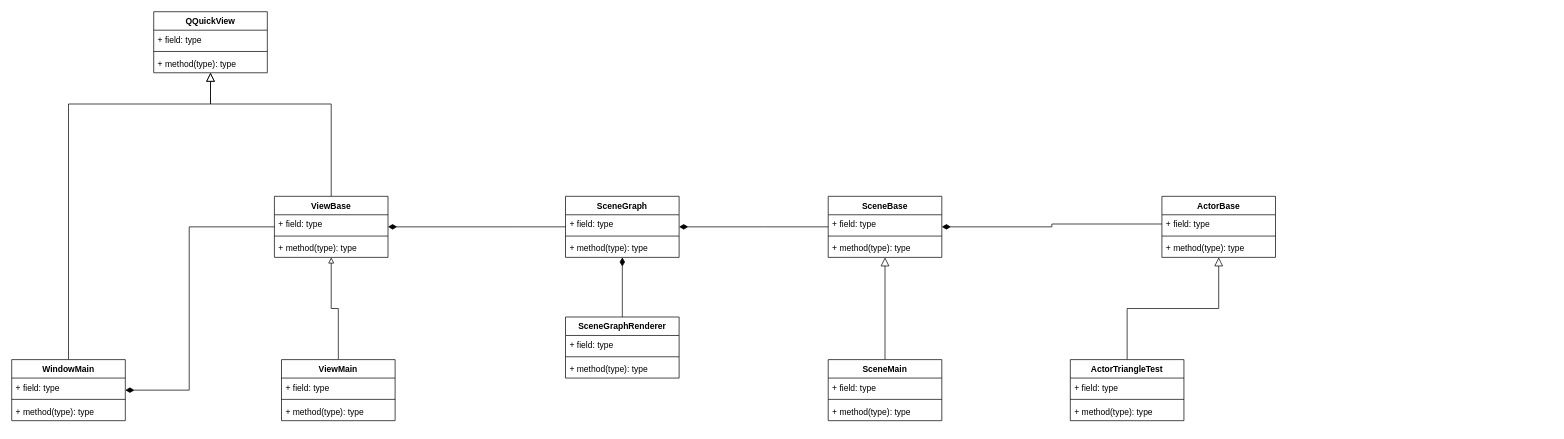
Above: doc/OverallClassDiagram.drawio in moshanak/QtPlayGround (draw.io), before the change. Source tidied: cells renumbered, new cells numbered last; positions are measured from the earlier drawing's top-left corner, leaving out a move shared by most shapes. Both pictures are drawn from the tidied source at 71%, with x=0, y=0 at pixel (11, 11).
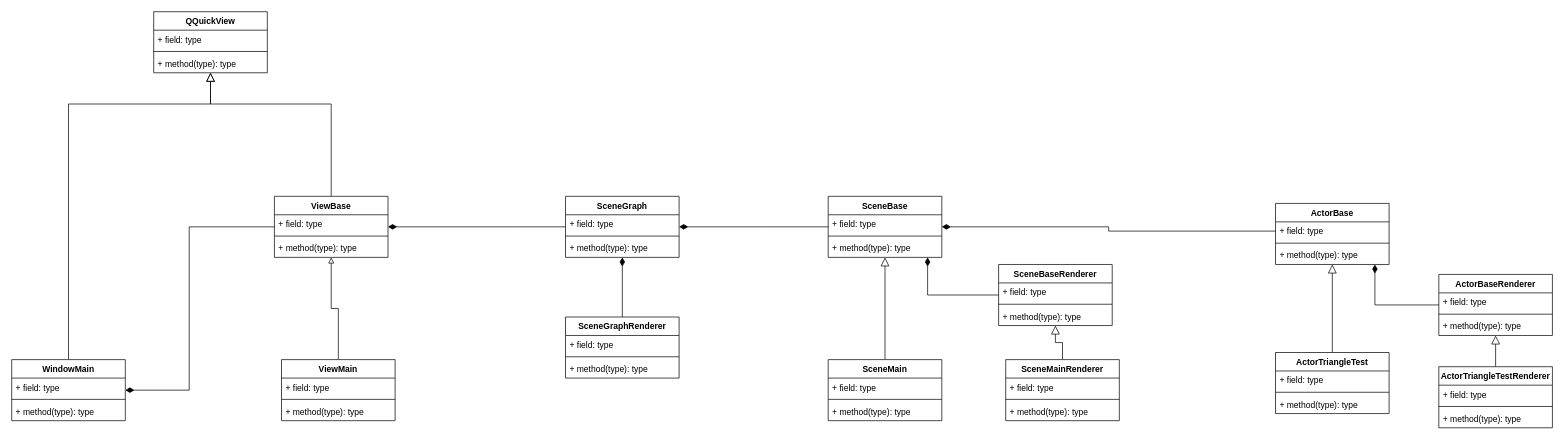
The same diagram, later.

The change refers to these unchanged cells:
```xml
<mxCell id="28" value="SceneBase" style="swimlane;fontStyle=1;align=center;verticalAlign=top;horizontal=1;startSize=26;" parent="1" vertex="1">
  <mxGeometry x="1150" y="260" width="160" height="86" as="geometry" />
</mxCell>
```

Diff of the diagram source:
```diff
@@
     <mxCell id="37" value="ActorBase" style="swimlane;fontStyle=1;align=center;verticalAlign=top;horizontal=1;startSize=26;" parent="1" vertex="1">
-      <mxGeometry x="1620" y="260" width="160" height="86" as="geometry" />
+      <mxGeometry x="1780" y="270" width="160" height="86" as="geometry" />
     </mxCell>
@@
     <mxCell id="43" value="ActorTriangleTest" style="swimlane;fontStyle=1;align=center;verticalAlign=top;horizontal=1;startSize=26;" parent="1" vertex="1">
-      <mxGeometry x="1491" y="490" width="160" height="86" as="geometry" />
+      <mxGeometry x="1780" y="480" width="160" height="86" as="geometry" />
     </mxCell>
@@
+    <mxCell id="52" style="edgeStyle=orthogonalEdgeStyle;rounded=0;jettySize=auto;html=1;endArrow=diamondThin;endFill=1;endSize=10;" parent="1" edge="1" source="53" target="28">
+      <mxGeometry relative="1" as="geometry">
+        <Array as="points">
+          <mxPoint x="1290" y="399" />
+        </Array>
+      </mxGeometry>
+    </mxCell>
+    <mxCell id="53" value="SceneBaseRenderer" style="swimlane;fontStyle=1;align=center;verticalAlign=top;horizontal=1;startSize=26;" parent="1" vertex="1">
+      <mxGeometry x="1390" y="356" width="160" height="86" as="geometry" />
+    </mxCell>
+    <mxCell id="54" value="+ field: type" style="text;strokeColor=none;fillColor=none;align=left;verticalAlign=top;spacingLeft=4;spacingRight=4;overflow=hidden;" parent="53" vertex="1">
+      <mxGeometry y="26" width="160" height="26" as="geometry" />
+    </mxCell>
+    <mxCell id="55" style="line;strokeWidth=1;fillColor=none;align=left;verticalAlign=middle;spacingTop=-1;spacingLeft=3;spacingRight=3;labelPosition=right;" parent="53" vertex="1">
+      <mxGeometry y="52" width="160" height="8" as="geometry" />
+    </mxCell>
+    <mxCell id="56" value="+ method(type): type" style="text;strokeColor=none;fillColor=none;align=left;verticalAlign=top;spacingLeft=4;spacingRight=4;overflow=hidden;" parent="53" vertex="1">
+      <mxGeometry y="60" width="160" height="26" as="geometry" />
+    </mxCell>
+    <mxCell id="57" style="edgeStyle=orthogonalEdgeStyle;rounded=0;jettySize=auto;html=1;endArrow=block;endFill=0;endSize=10;" parent="1" edge="1" source="58" target="53">
+      <mxGeometry relative="1" as="geometry" />
+    </mxCell>
+    <mxCell id="58" value="SceneMainRenderer" style="swimlane;fontStyle=1;align=center;verticalAlign=top;horizontal=1;startSize=26;" parent="1" vertex="1">
+      <mxGeometry x="1400" y="490" width="160" height="86" as="geometry" />
+    </mxCell>
+    <mxCell id="59" value="+ field: type" style="text;strokeColor=none;fillColor=none;align=left;verticalAlign=top;spacingLeft=4;spacingRight=4;overflow=hidden;" parent="58" vertex="1">
+      <mxGeometry y="26" width="160" height="26" as="geometry" />
+    </mxCell>
+    <mxCell id="60" style="line;strokeWidth=1;fillColor=none;align=left;verticalAlign=middle;spacingTop=-1;spacingLeft=3;spacingRight=3;labelPosition=right;" parent="58" vertex="1">
+      <mxGeometry y="52" width="160" height="8" as="geometry" />
+    </mxCell>
+    <mxCell id="61" value="+ method(type): type" style="text;strokeColor=none;fillColor=none;align=left;verticalAlign=top;spacingLeft=4;spacingRight=4;overflow=hidden;" parent="58" vertex="1">
+      <mxGeometry y="60" width="160" height="26" as="geometry" />
+    </mxCell>
+    <mxCell id="62" style="edgeStyle=orthogonalEdgeStyle;rounded=0;jettySize=auto;html=1;endArrow=diamondThin;endFill=1;endSize=10;" parent="1" edge="1" source="63" target="37">
+      <mxGeometry relative="1" as="geometry">
+        <Array as="points">
+          <mxPoint x="1920" y="413" />
+        </Array>
+      </mxGeometry>
+    </mxCell>
+    <mxCell id="63" value="ActorBaseRenderer" style="swimlane;fontStyle=1;align=center;verticalAlign=top;horizontal=1;startSize=26;" parent="1" vertex="1">
+      <mxGeometry x="2010" y="370" width="160" height="86" as="geometry" />
+    </mxCell>
+    <mxCell id="64" value="+ field: type" style="text;strokeColor=none;fillColor=none;align=left;verticalAlign=top;spacingLeft=4;spacingRight=4;overflow=hidden;" parent="63" vertex="1">
+      <mxGeometry y="26" width="160" height="26" as="geometry" />
+    </mxCell>
+    <mxCell id="65" style="line;strokeWidth=1;fillColor=none;align=left;verticalAlign=middle;spacingTop=-1;spacingLeft=3;spacingRight=3;labelPosition=right;" parent="63" vertex="1">
+      <mxGeometry y="52" width="160" height="8" as="geometry" />
+    </mxCell>
+    <mxCell id="66" value="+ method(type): type" style="text;strokeColor=none;fillColor=none;align=left;verticalAlign=top;spacingLeft=4;spacingRight=4;overflow=hidden;" parent="63" vertex="1">
+      <mxGeometry y="60" width="160" height="26" as="geometry" />
+    </mxCell>
+    <mxCell id="67" style="edgeStyle=orthogonalEdgeStyle;rounded=0;jettySize=auto;html=1;endArrow=block;endFill=0;endSize=10;" parent="1" edge="1" source="68" target="63">
+      <mxGeometry relative="1" as="geometry" />
+    </mxCell>
+    <mxCell id="68" value="ActorTriangleTestRenderer" style="swimlane;fontStyle=1;align=center;verticalAlign=top;horizontal=1;startSize=26;" parent="1" vertex="1">
+      <mxGeometry x="2010" y="500" width="160" height="86" as="geometry" />
+    </mxCell>
+    <mxCell id="69" value="+ field: type" style="text;strokeColor=none;fillColor=none;align=left;verticalAlign=top;spacingLeft=4;spacingRight=4;overflow=hidden;" parent="68" vertex="1">
+      <mxGeometry y="26" width="160" height="26" as="geometry" />
+    </mxCell>
+    <mxCell id="70" style="line;strokeWidth=1;fillColor=none;align=left;verticalAlign=middle;spacingTop=-1;spacingLeft=3;spacingRight=3;labelPosition=right;" parent="68" vertex="1">
+      <mxGeometry y="52" width="160" height="8" as="geometry" />
+    </mxCell>
+    <mxCell id="71" value="+ method(type): type" style="text;strokeColor=none;fillColor=none;align=left;verticalAlign=top;spacingLeft=4;spacingRight=4;overflow=hidden;" parent="68" vertex="1">
+      <mxGeometry y="60" width="160" height="26" as="geometry" />
+    </mxCell>
```
